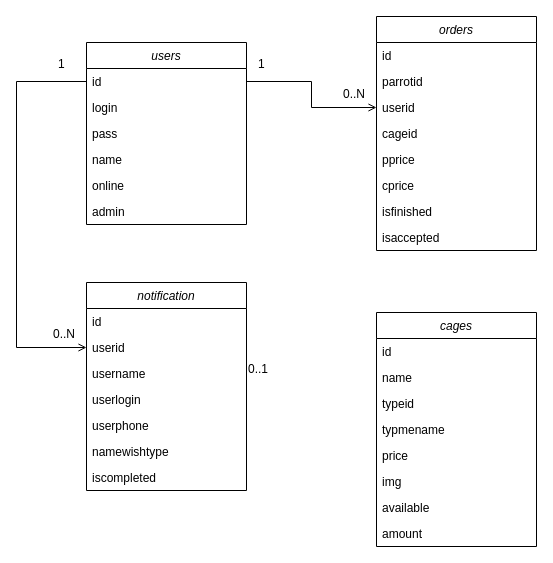
Earlier version of the draw.io diagram documentation/Untitled Diagram.drawio (romankuz19/web-application-coursework). Source tidied: cells renumbered, new cells numbered last; positions are measured from the earlier drawing's top-left corner, leaving out a move shared by most shapes. Both pictures are drawn from the tidied source at 100%, with x=0, y=0 at pixel (16, 16).
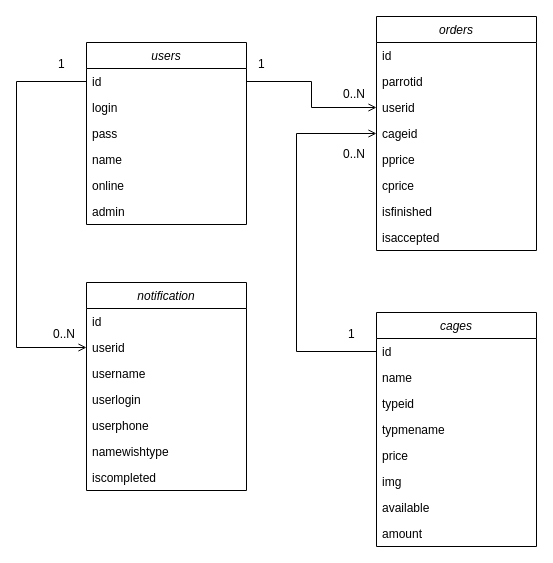
The same diagram, later.

The change refers to these unchanged cells:
```xml
<mxCell id="25" value="cageid " style="text;align=left;verticalAlign=top;spacingLeft=4;spacingRight=4;overflow=hidden;points=[[0,0.5],[1,0.5]];portConstraint=eastwest;rounded=0;shadow=0;html=0;" parent="21" vertex="1">
  <mxGeometry y="104" width="160" height="26" as="geometry" />
</mxCell>
<mxCell id="34" value="id" style="text;align=left;verticalAlign=top;spacingLeft=4;spacingRight=4;overflow=hidden;points=[[0,0.5],[1,0.5]];portConstraint=eastwest;" parent="33" vertex="1">
  <mxGeometry y="26" width="160" height="26" as="geometry" />
</mxCell>
```

The edit, as a diff of the source:
```diff
@@
-    <mxCell id="17" value="0..1" style="align=left;verticalAlign=bottom;labelBackgroundColor=none;fontSize=12;" parent="1" vertex="1">
-      <mxGeometry x="230" y="361" as="geometry" />
-    </mxCell>
@@
+    <mxCell id="42" style="endArrow=open;shadow=0;strokeWidth=1;rounded=0;endFill=1;edgeStyle=elbowEdgeStyle;elbow=vertical;exitX=0;exitY=0.5;exitDx=0;exitDy=0;entryX=0;entryY=0.5;entryDx=0;entryDy=0;" parent="1" edge="1" source="34" target="25">
+      <mxGeometry x="0.5" y="41" relative="1" as="geometry">
+        <Array as="points">
+          <mxPoint x="280" y="226" />
+        </Array>
+        <mxPoint x="-40" y="32" as="offset" />
+      </mxGeometry>
+    </mxCell>
+    <mxCell id="43" value="1" style="align=left;verticalAlign=bottom;labelBackgroundColor=none;fontSize=12;" parent="42" vertex="1">
+      <mxGeometry x="-1" relative="1" as="geometry">
+        <mxPoint x="-30" y="-9" as="offset" />
+      </mxGeometry>
+    </mxCell>
+    <mxCell id="44" value="0..N" style="align=right;verticalAlign=bottom;labelBackgroundColor=none;fontSize=12;" parent="42" vertex="1">
+      <mxGeometry x="1" relative="1" as="geometry">
+        <mxPoint x="-10" y="29" as="offset" />
+      </mxGeometry>
+    </mxCell>
```
